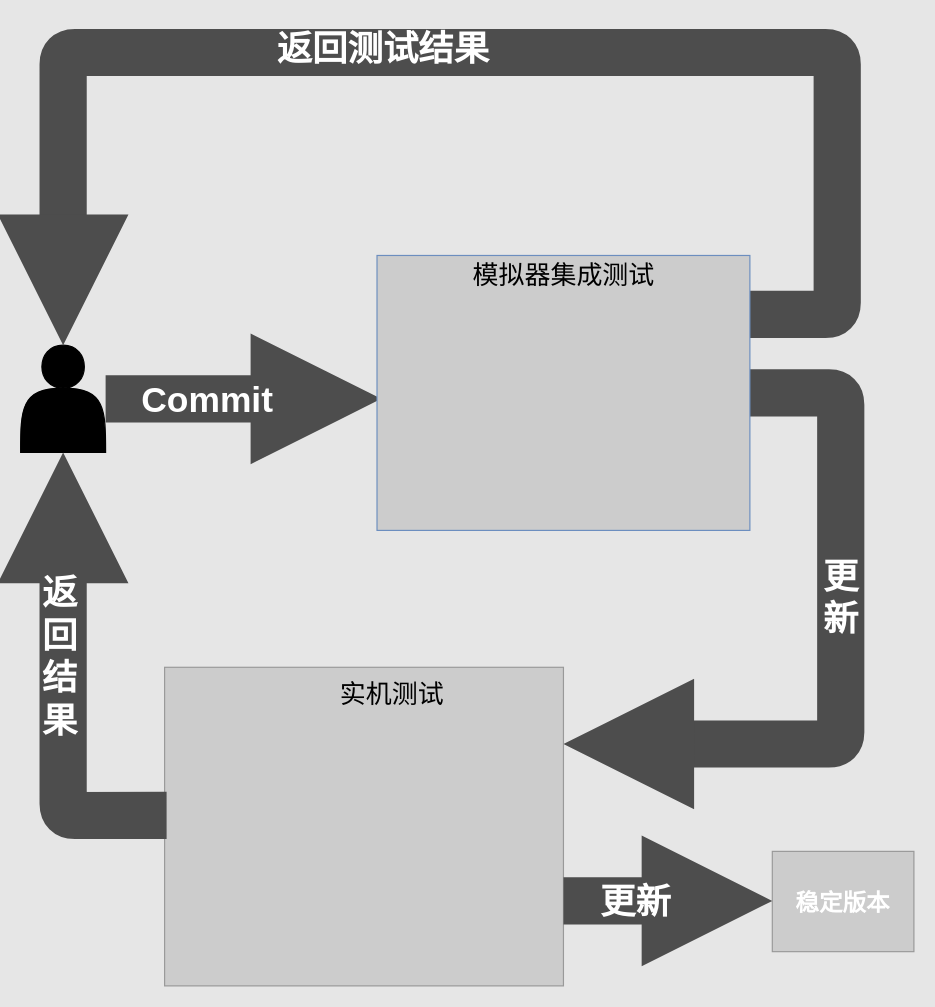
BruceLannn/MyBlog keeps this draw.io diagram as Untitled Diagram.drawio. Above is the earlier version. Source tidied: cells renumbered, new cells numbered last; positions are measured from the earlier drawing's top-left corner, leaving out a move shared by most shapes. Both pictures are drawn from the tidied source at 118%, with x=0, y=0 at pixel (20, 52).
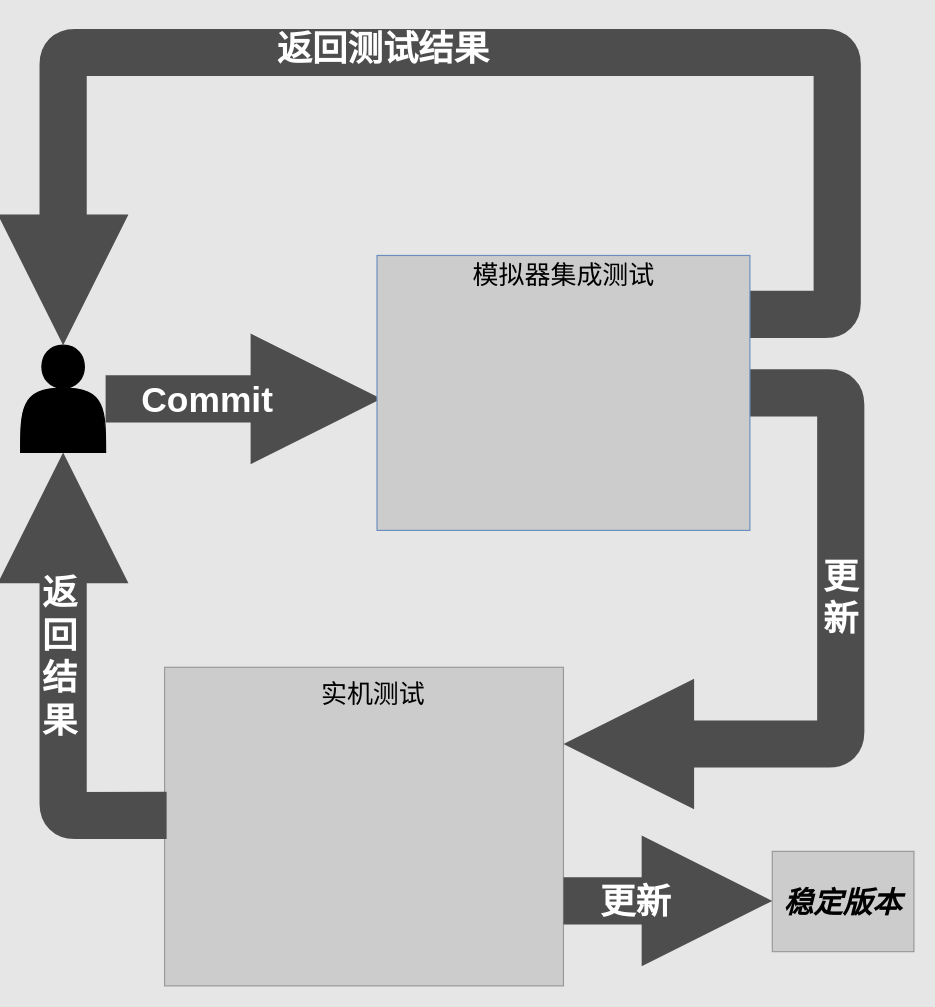
After the change.

What changed in the source:
```diff
@@
     <mxCell id="8" value="&lt;span style=&quot;line-height: 200%&quot;&gt;&lt;font style=&quot;font-size: 22px&quot;&gt;实机测试&lt;/font&gt;&lt;/span&gt;" style="text;html=1;strokeColor=none;fillColor=none;align=center;verticalAlign=middle;whiteSpace=wrap;rounded=0;sketch=0;" parent="1" vertex="1">
-      <mxGeometry x="262" y="521" width="106" height="50" as="geometry" />
+      <mxGeometry x="246" y="521" width="106" height="50" as="geometry" />
     </mxCell>
-    <mxCell id="9" value="&lt;font color=&quot;#ffffff&quot; size=&quot;1&quot;&gt;&lt;b style=&quot;font-size: 20px&quot;&gt;稳定版本&lt;/b&gt;&lt;/font&gt;" style="rounded=0;whiteSpace=wrap;html=1;strokeColor=#999999;fillColor=#CCCCCC;" parent="1" vertex="1">
+    <mxCell id="9" value="&lt;font size=&quot;1&quot;&gt;&lt;i&gt;&lt;b style=&quot;font-size: 25px&quot;&gt;稳定版本&lt;/b&gt;&lt;/i&gt;&lt;/font&gt;" style="rounded=0;whiteSpace=wrap;html=1;strokeColor=#999999;fillColor=#CCCCCC;" parent="1" vertex="1">
       <mxGeometry x="637" y="677" width="120" height="85" as="geometry" />
     </mxCell>
```
